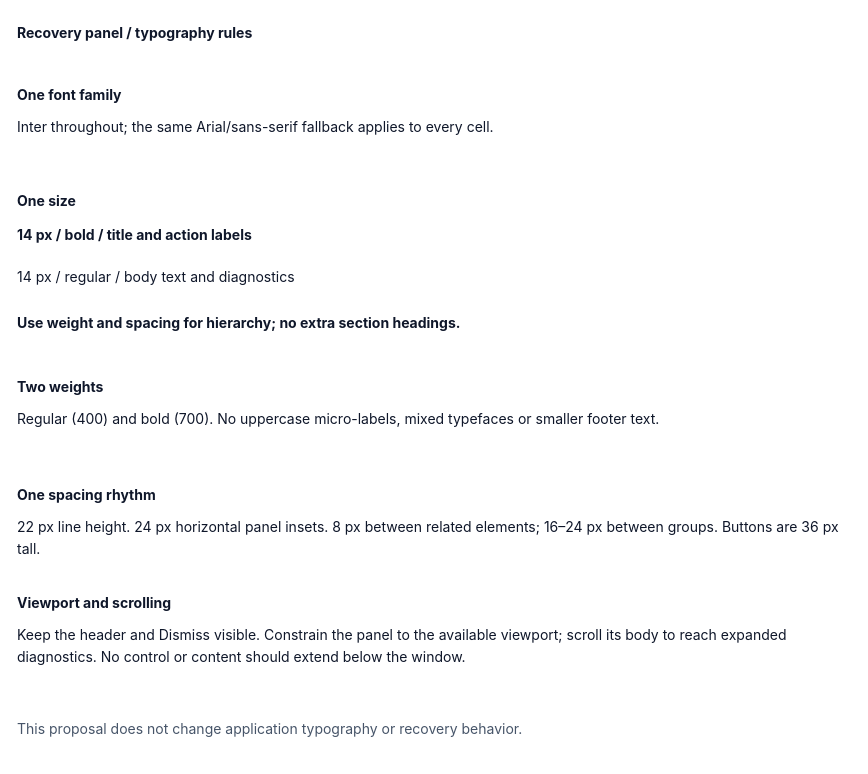
amadou-6e/specs keeps this draw.io diagram as page "Typography rules" (4 of 5) of projects/laomedo/subsystems/agent-execution/design/local-runner-recovery.drawio. Above is the earlier version. Source tidied: cells renumbered, new cells numbered last; positions are measured from the earlier drawing's top-left corner, leaving out a move shared by most shapes. Both pictures are drawn from the tidied source at 100%, with x=0, y=0 at pixel (17, 17).
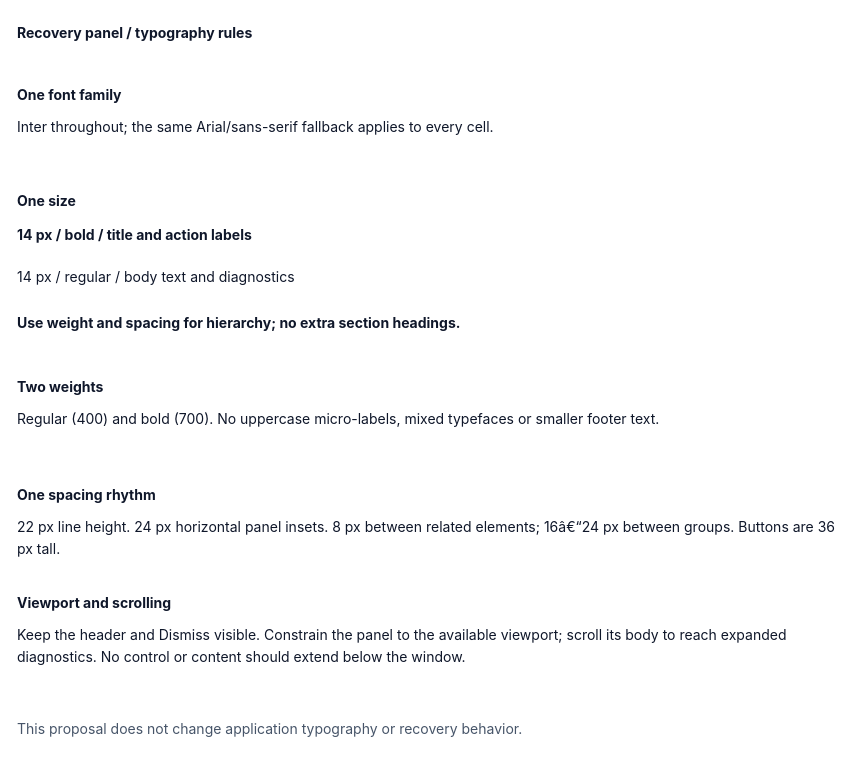
Above is the later version.

The edit, as a diff of the source:
```diff
@@
 <mxGraphModel>
   <root>
     <mxCell id="0" />
     <mxCell id="1" parent="0" />
     <mxCell id="2" value="&lt;div style=&quot;line-height:22px;&quot;&gt;Recovery panel / typography rules&lt;/div&gt;" style="text;fontFamily=Inter,Arial,sans-serif;fontSize=14;whiteSpace=wrap;html=1;strokeColor=none;fillColor=none;align=left;verticalAlign=top;spacing=0;fontColor=#0F172A;fontStyle=1;" parent="1" vertex="1">
       <mxGeometry width="832" height="24" as="geometry" />
     </mxCell>
     <mxCell id="3" value="&lt;div style=&quot;line-height:22px;&quot;&gt;One font family&lt;/div&gt;" style="text;fontFamily=Inter,Arial,sans-serif;fontSize=14;whiteSpace=wrap;html=1;strokeColor=none;fillColor=none;align=left;verticalAlign=top;spacing=0;fontColor=#0F172A;fontStyle=1;" parent="1" vertex="1">
       <mxGeometry y="62" width="250" height="22" as="geometry" />
     </mxCell>
     <mxCell id="4" value="&lt;div style=&quot;line-height:22px;&quot;&gt;Inter throughout; the same Arial/sans-serif fallback applies to every cell.&lt;/div&gt;" style="text;fontFamily=Inter,Arial,sans-serif;fontSize=14;whiteSpace=wrap;html=1;strokeColor=none;fillColor=none;align=left;verticalAlign=top;spacing=0;fontColor=#0F172A;fontStyle=0;" parent="1" vertex="1">
       <mxGeometry y="94" width="832" height="44" as="geometry" />
     </mxCell>
     <mxCell id="5" value="&lt;div style=&quot;line-height:22px;&quot;&gt;One size&lt;/div&gt;" style="text;fontFamily=Inter,Arial,sans-serif;fontSize=14;whiteSpace=wrap;html=1;strokeColor=none;fillColor=none;align=left;verticalAlign=top;spacing=0;fontColor=#0F172A;fontStyle=1;" parent="1" vertex="1">
       <mxGeometry y="168" width="250" height="22" as="geometry" />
     </mxCell>
     <mxCell id="6" value="&lt;div style=&quot;line-height:22px;&quot;&gt;14 px / bold / title and action labels&lt;/div&gt;" style="text;fontFamily=Inter,Arial,sans-serif;fontSize=14;whiteSpace=wrap;html=1;strokeColor=none;fillColor=none;align=left;verticalAlign=top;spacing=0;fontColor=#0F172A;fontStyle=1;" parent="1" vertex="1">
       <mxGeometry y="202" width="832" height="24" as="geometry" />
     </mxCell>
     <mxCell id="7" value="&lt;div style=&quot;line-height:22px;&quot;&gt;14 px / regular / body text and diagnostics&lt;/div&gt;" style="text;fontFamily=Inter,Arial,sans-serif;fontSize=14;whiteSpace=wrap;html=1;strokeColor=none;fillColor=none;align=left;verticalAlign=top;spacing=0;fontColor=#0F172A;fontStyle=0;" parent="1" vertex="1">
       <mxGeometry y="244" width="832" height="44" as="geometry" />
     </mxCell>
     <mxCell id="8" value="&lt;div style=&quot;line-height:22px;&quot;&gt;Use weight and spacing for hierarchy; no extra section headings.&lt;/div&gt;" style="text;fontFamily=Inter,Arial,sans-serif;fontSize=14;whiteSpace=wrap;html=1;strokeColor=none;fillColor=none;align=left;verticalAlign=top;spacing=0;fontColor=#0F172A;fontStyle=1;" parent="1" vertex="1">
       <mxGeometry y="290" width="832" height="22" as="geometry" />
     </mxCell>
     <mxCell id="9" value="&lt;div style=&quot;line-height:22px;&quot;&gt;Two weights&lt;/div&gt;" style="text;fontFamily=Inter,Arial,sans-serif;fontSize=14;whiteSpace=wrap;html=1;strokeColor=none;fillColor=none;align=left;verticalAlign=top;spacing=0;fontColor=#0F172A;fontStyle=1;" parent="1" vertex="1">
       <mxGeometry y="354" width="250" height="22" as="geometry" />
     </mxCell>
     <mxCell id="10" value="&lt;div style=&quot;line-height:22px;&quot;&gt;Regular (400) and bold (700). No uppercase micro-labels, mixed typefaces or smaller footer text.&lt;/div&gt;" style="text;fontFamily=Inter,Arial,sans-serif;fontSize=14;whiteSpace=wrap;html=1;strokeColor=none;fillColor=none;align=left;verticalAlign=top;spacing=0;fontColor=#0F172A;fontStyle=0;" parent="1" vertex="1">
       <mxGeometry y="386" width="832" height="44" as="geometry" />
     </mxCell>
     <mxCell id="11" value="&lt;div style=&quot;line-height:22px;&quot;&gt;One spacing rhythm&lt;/div&gt;" style="text;fontFamily=Inter,Arial,sans-serif;fontSize=14;whiteSpace=wrap;html=1;strokeColor=none;fillColor=none;align=left;verticalAlign=top;spacing=0;fontColor=#0F172A;fontStyle=1;" parent="1" vertex="1">
       <mxGeometry y="462" width="250" height="22" as="geometry" />
     </mxCell>
-    <mxCell id="12" value="&lt;div style=&quot;line-height:22px;&quot;&gt;22 px line height. 24 px horizontal panel insets. 8 px between related elements; 16–24 px between groups. Buttons are 36 px tall.&lt;/div&gt;" style="text;fontFamily=Inter,Arial,sans-serif;fontSize=14;whiteSpace=wrap;html=1;strokeColor=none;fillColor=none;align=left;verticalAlign=top;spacing=0;fontColor=#0F172A;fontStyle=0;" parent="1" vertex="1">
+    <mxCell id="12" value="&lt;div style=&quot;line-height:22px;&quot;&gt;22 px line height. 24 px horizontal panel insets. 8 px between related elements; 16â€“24 px between groups. Buttons are 36 px tall.&lt;/div&gt;" style="text;fontFamily=Inter,Arial,sans-serif;fontSize=14;whiteSpace=wrap;html=1;strokeColor=none;fillColor=none;align=left;verticalAlign=top;spacing=0;fontColor=#0F172A;fontStyle=0;" parent="1" vertex="1">
       <mxGeometry y="494" width="832" height="44" as="geometry" />
     </mxCell>
     <mxCell id="13" value="&lt;div style=&quot;line-height:22px;&quot;&gt;Viewport and scrolling&lt;/div&gt;" style="text;fontFamily=Inter,Arial,sans-serif;fontSize=14;whiteSpace=wrap;html=1;strokeColor=none;fillColor=none;align=left;verticalAlign=top;spacing=0;fontColor=#0F172A;fontStyle=1;" parent="1" vertex="1">
       <mxGeometry y="570" width="250" height="22" as="geometry" />
     </mxCell>
     <mxCell id="14" value="&lt;div style=&quot;line-height:22px;&quot;&gt;Keep the header and Dismiss visible. Constrain the panel to the available viewport; scroll its body to reach expanded diagnostics. No control or content should extend below the window.&lt;/div&gt;" style="text;fontFamily=Inter,Arial,sans-serif;fontSize=14;whiteSpace=wrap;html=1;strokeColor=none;fillColor=none;align=left;verticalAlign=top;spacing=0;fontColor=#0F172A;fontStyle=0;" parent="1" vertex="1">
       <mxGeometry y="602" width="832" height="66" as="geometry" />
     </mxCell>
     <mxCell id="15" value="&lt;div style=&quot;line-height:22px;&quot;&gt;This proposal does not change application typography or recovery behavior.&lt;/div&gt;" style="text;fontFamily=Inter,Arial,sans-serif;fontSize=14;whiteSpace=wrap;html=1;strokeColor=none;fillColor=none;align=left;verticalAlign=top;spacing=0;fontColor=#475569;fontStyle=0;" parent="1" vertex="1">
       <mxGeometry y="696" width="832" height="44" as="geometry" />
     </mxCell>
   </root>
 </mxGraphModel>
```
